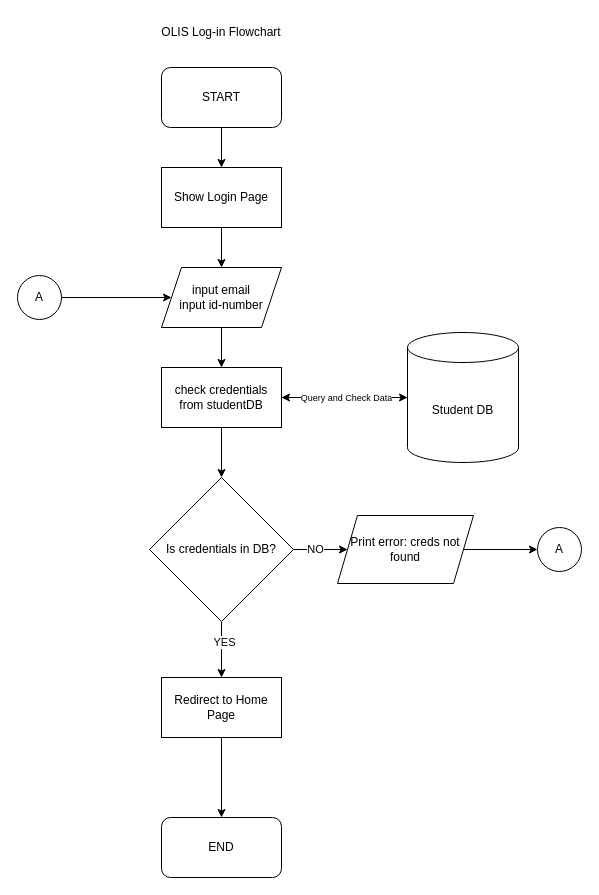
Earlier version of the draw.io diagram cpe-49/diagrams/login.drawio (sggenDebugs/1st-Semester-A.Y.-2024-2025). Source tidied: cells renumbered, new cells numbered last; positions are measured from the earlier drawing's top-left corner, leaving out a move shared by most shapes. Both pictures are drawn from the tidied source at 100%, with x=0, y=0 at pixel (17, 17).
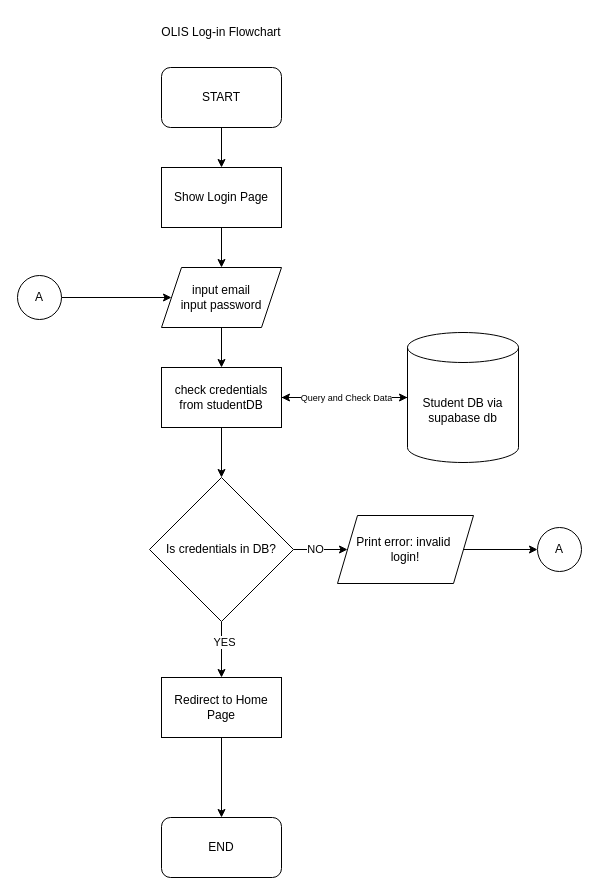
After the change.

Diff of the diagram source:
```diff
@@
-    <mxCell id="8" value="input email&lt;div&gt;input id-number&lt;/div&gt;" style="shape=parallelogram;perimeter=parallelogramPerimeter;whiteSpace=wrap;html=1;fixedSize=1;" parent="1" vertex="1">
+    <mxCell id="8" value="input email&lt;div&gt;input password&lt;/div&gt;" style="shape=parallelogram;perimeter=parallelogramPerimeter;whiteSpace=wrap;html=1;fixedSize=1;" parent="1" vertex="1">
       <mxGeometry x="144" y="250" width="120" height="60" as="geometry" />
     </mxCell>
@@
-    <mxCell id="17" value="Student DB" style="shape=cylinder3;whiteSpace=wrap;html=1;boundedLbl=1;backgroundOutline=1;size=15;" parent="1" vertex="1">
+    <mxCell id="17" value="Student DB via supabase db" style="shape=cylinder3;whiteSpace=wrap;html=1;boundedLbl=1;backgroundOutline=1;size=15;" parent="1" vertex="1">
       <mxGeometry x="390" y="315" width="111" height="130" as="geometry" />
     </mxCell>
@@
-    <mxCell id="22" value="Print error: creds not found" style="shape=parallelogram;perimeter=parallelogramPerimeter;whiteSpace=wrap;html=1;fixedSize=1;fontSize=12;" parent="1" vertex="1">
+    <mxCell id="22" value="Print error: invalid&amp;nbsp;&lt;div&gt;login!&lt;/div&gt;" style="shape=parallelogram;perimeter=parallelogramPerimeter;whiteSpace=wrap;html=1;fixedSize=1;fontSize=12;" parent="1" vertex="1">
       <mxGeometry x="320" y="498" width="136" height="68" as="geometry" />
     </mxCell>
```
